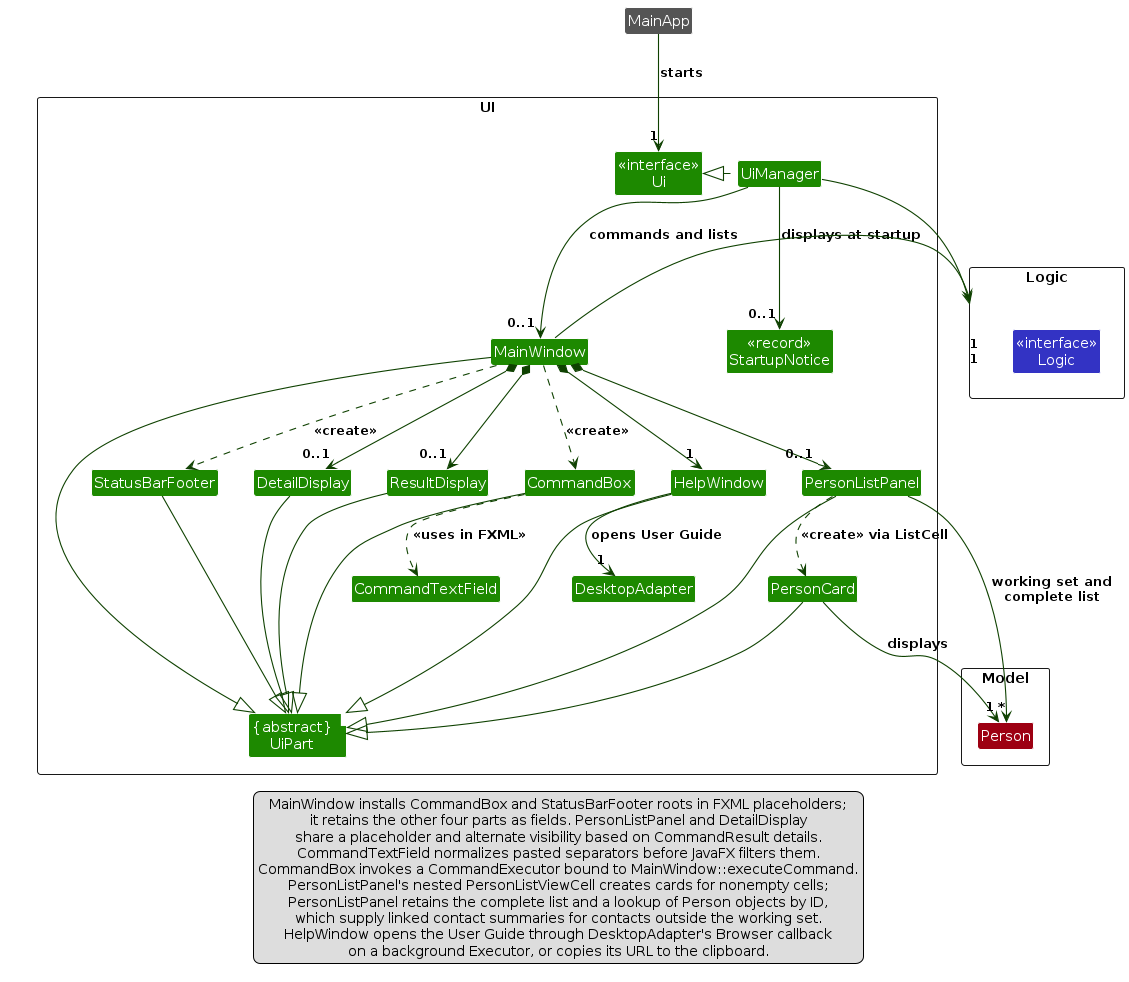
This is diagrams/UiClassDiagram.png from AY2627S1-CS2103T-T16-2/tp, a PlantUML export, as it was before one commit. Its source is kept beside it as diagrams/UiClassDiagram.puml.
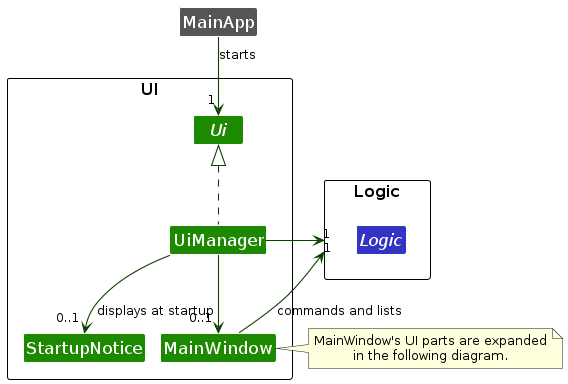
The same file after the commit.

The edit, as a diff of the source:
```diff
@@ -3,79 +3,38 @@
 skinparam arrowThickness 1.1
 skinparam arrowColor UI_COLOR_T4
 skinparam classBackgroundColor UI_COLOR
+skinparam ClassFontSize 17
+skinparam PackageFontSize 16
+skinparam ArrowFontSize 12
+skinparam ArrowFontStyle plain
+skinparam nodesep 15
+skinparam ranksep 20
+scale max 800 width
+allowmixing
 
-package UI <<Rectangle>> {
-    class "<<interface>>\nUi" as Ui
-    class "{abstract}\nUiPart<T>" as UiPart
+package UI {
+    interface Ui
     class UiManager
     class MainWindow
-    class CommandBox
-    class CommandTextField
-    class ResultDisplay
-    class PersonListPanel
-    class PersonCard
-    class DetailDisplay
-    class StatusBarFooter
-    class HelpWindow
-    class DesktopAdapter
-    class "<<record>>\nStartupNotice" as StartupNotice
+    class StartupNotice
 }
 
-package Logic <<Rectangle>> {
-    class "<<interface>>\nLogic" as Logic #3333C4
-}
-
-package Model <<Rectangle>> {
-    class Person #9D0012
+package Logic {
+    interface Logic #3333C4
 }
 
 class MainApp #555555
 
 MainApp --> "1" Ui : starts
-UiManager .left.|> Ui
-UiManager -down-> "0..1" MainWindow
+UiManager .up.|> Ui
+UiManager --> "0..1" MainWindow
 UiManager --> "0..1" StartupNotice : displays at startup
-UiManager -right-> "1" Logic
+UiManager --> "1" Logic
 
-MainWindow -left-|> UiPart
-CommandBox --|> UiPart
-ResultDisplay --|> UiPart
-PersonListPanel --|> UiPart
-PersonCard --|> UiPart
-DetailDisplay --|> UiPart
-StatusBarFooter --|> UiPart
-HelpWindow --|> UiPart
+MainWindow -up-> "1" Logic : commands and lists
 
-MainWindow *-down-> "1" HelpWindow
-MainWindow *-down-> "0..1" PersonListPanel
-MainWindow *-down-> "0..1" DetailDisplay
-MainWindow *-down-> "0..1" ResultDisplay
-MainWindow ..> CommandBox : <<create>>
-CommandBox ..> CommandTextField : <<uses in FXML>>
-MainWindow ..> StatusBarFooter : <<create>>
-MainWindow -left-> "1" Logic : commands and lists
-
-PersonListPanel ..> PersonCard : <<create>> via ListCell
-PersonListPanel --> "*" Person : working set and\ncomplete list
-PersonCard --> "1" Person : displays
-HelpWindow --> "1" DesktopAdapter : opens User Guide
-
-PersonListPanel -[hidden]left- HelpWindow
-HelpWindow -[hidden]left- CommandBox
-CommandBox -[hidden]left- ResultDisplay
-ResultDisplay -[hidden]left- DetailDisplay
-DetailDisplay -[hidden]left- StatusBarFooter
-
-legend bottom
-  MainWindow installs CommandBox and StatusBarFooter roots in FXML placeholders;
-  it retains the other four parts as fields. PersonListPanel and DetailDisplay
-  share a placeholder and alternate visibility based on CommandResult details.
-  CommandTextField normalizes pasted separators before JavaFX filters them.
-  CommandBox invokes a CommandExecutor bound to MainWindow::executeCommand.
-  PersonListPanel's nested PersonListViewCell creates cards for nonempty cells;
-  PersonListPanel retains the complete list and a lookup of Person objects by ID,
-  which supply linked contact summaries for contacts outside the working set.
-  HelpWindow opens the User Guide through DesktopAdapter's Browser callback
-  on a background Executor, or copies its URL to the clipboard.
-endlegend
+note right of MainWindow
+MainWindow's UI parts are expanded
+in the following diagram.
+end note
 @enduml
```
